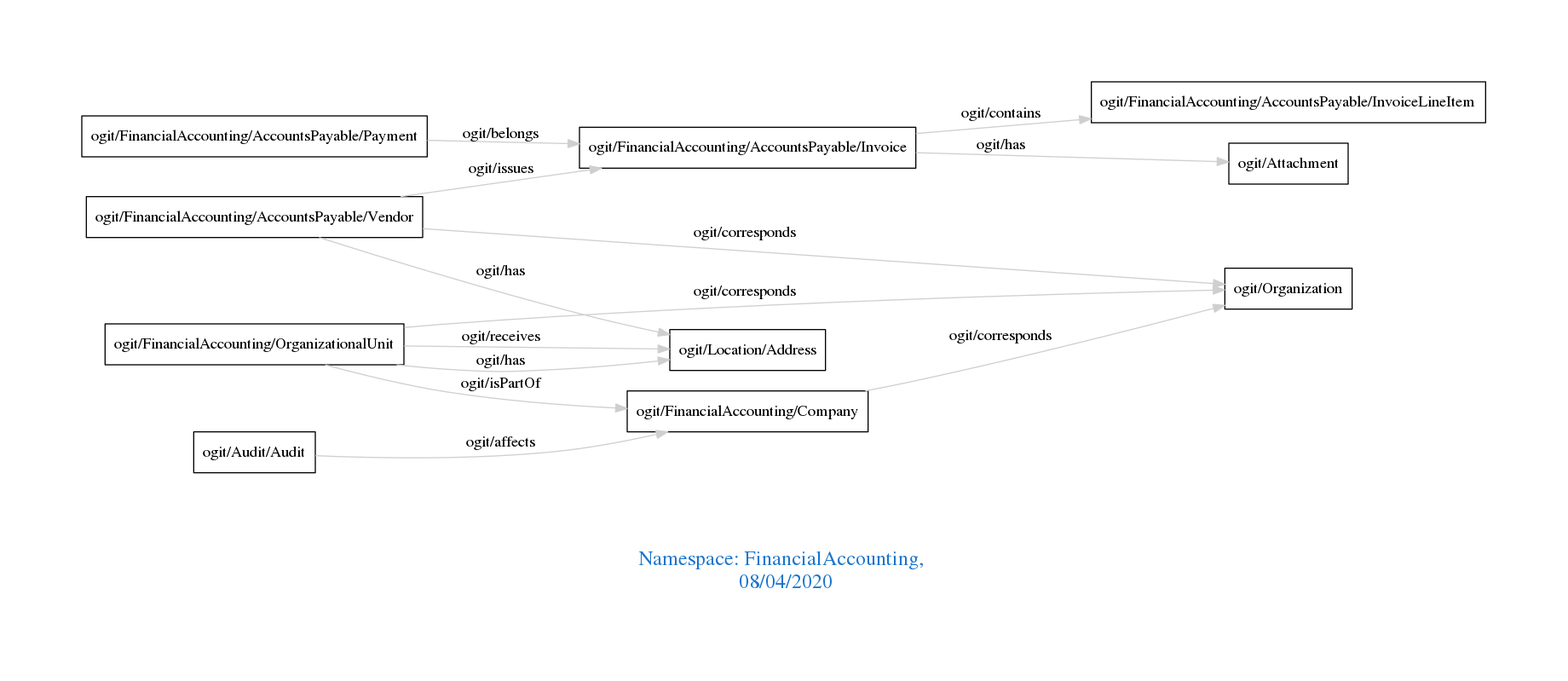
Above: downloads/FinancialAccounting.png in arago/OGIT (Graphviz), before the change. Its source is kept beside it as downloads/FinancialAccounting.dot. The source it was exported from:
```dot
digraph OGIT_ontology {
 graph [ rankdir= LR,pad=1
fontsize = 18,
fontcolor= dodgerblue3,label = "\n\n\nNamespace: FinancialAccounting, \n 08/04/2020"];
node[shape=polygon];
edge [  color="gray81"];

   "ogit/FinancialAccounting/AccountsPayable/Invoice" -> "ogit/FinancialAccounting/AccountsPayable/InvoiceLineItem" [label="   ogit/contains    "];
   "ogit/FinancialAccounting/AccountsPayable/Vendor" -> "ogit/Organization" [label="   ogit/corresponds    "];
   "ogit/FinancialAccounting/Company" -> "ogit/Organization" [label="   ogit/corresponds    "];
   "ogit/FinancialAccounting/OrganizationalUnit" -> "ogit/Organization" [label="   ogit/corresponds    "];
   "ogit/FinancialAccounting/AccountsPayable/Vendor" -> "ogit/FinancialAccounting/AccountsPayable/Invoice" [label="   ogit/issues    "];
   "ogit/Audit/Audit" -> "ogit/FinancialAccounting/Company" [label="   ogit/affects    "];
   "ogit/FinancialAccounting/AccountsPayable/Payment" -> "ogit/FinancialAccounting/AccountsPayable/Invoice" [label="   ogit/belongs    "];
   "ogit/FinancialAccounting/OrganizationalUnit" -> "ogit/Location/Address" [label="   ogit/receives    "];
   "ogit/FinancialAccounting/AccountsPayable/Invoice" -> "ogit/Attachment" [label="   ogit/has    "];
   "ogit/FinancialAccounting/AccountsPayable/Vendor" -> "ogit/Location/Address" [label="   ogit/has    "];
   "ogit/FinancialAccounting/OrganizationalUnit" -> "ogit/Location/Address" [label="   ogit/has    "];
   "ogit/FinancialAccounting/OrganizationalUnit" -> "ogit/FinancialAccounting/Company" [label="   ogit/isPartOf    "];
}
```
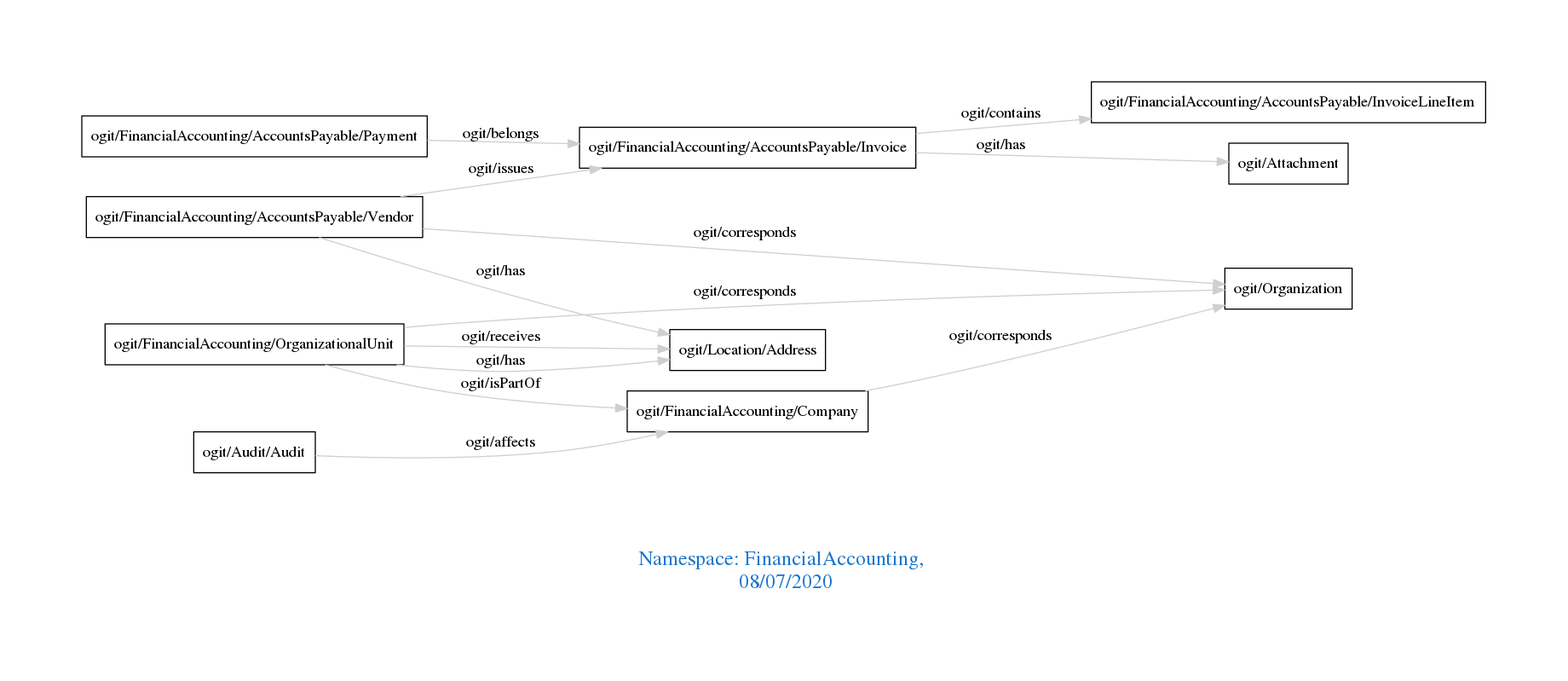
Above is the later version.

The edit, as a diff of the source:
```diff
@@ -1,7 +1,7 @@
 digraph OGIT_ontology {
  graph [ rankdir= LR,pad=1
 fontsize = 18,
-fontcolor= dodgerblue3,label = "\n\n\nNamespace: FinancialAccounting, \n 08/04/2020"];
+fontcolor= dodgerblue3,label = "\n\n\nNamespace: FinancialAccounting, \n 08/07/2020"];
 node[shape=polygon];
 edge [  color="gray81"];
 
```
